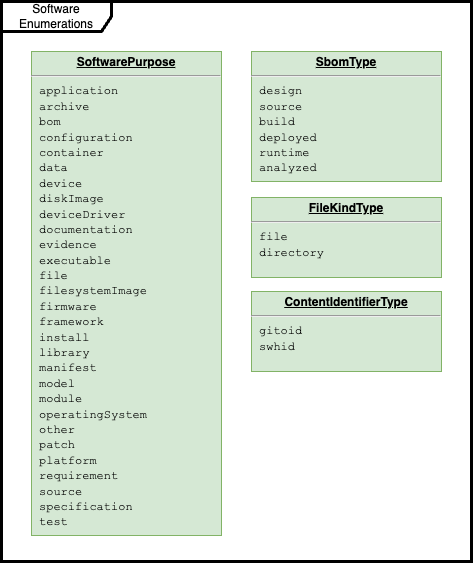
This is model Software Enumerations.png from spdx/spdx-3-model, a draw.io export, as it was before one commit. Source tidied: cells renumbered, new cells last; positions are measured from the earlier drawing's top-left corner, leaving out a move shared by most shapes.
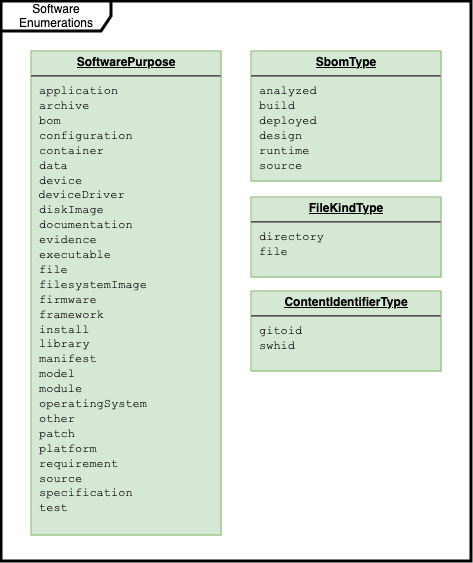
The same file after the commit.

Change to the diagram source:
```diff
@@ -5,13 +5,13 @@
     <mxCell id="2" value="Software Enumerations" style="shape=umlFrame;whiteSpace=wrap;html=1;width=110;height=30;strokeWidth=3;" parent="1" vertex="1">
       <mxGeometry width="470" height="560" as="geometry" />
     </mxCell>
-    <mxCell id="3" value="&lt;p style=&quot;margin: 0px ; margin-top: 4px ; text-align: center ; text-decoration: underline&quot;&gt;&lt;b&gt;SoftwarePurpose&lt;/b&gt;&lt;/p&gt;&lt;hr&gt;&lt;p style=&quot;margin: 0px 0px 0px 8px&quot;&gt;&lt;font face=&quot;Courier New&quot;&gt;application&lt;/font&gt;&lt;/p&gt;&lt;p style=&quot;margin: 0px 0px 0px 8px&quot;&gt;&lt;span style=&quot;font-family: &amp;quot;Courier New&amp;quot;;&quot;&gt;archive&lt;/span&gt;&lt;font face=&quot;Courier New&quot;&gt;&lt;br&gt;&lt;/font&gt;&lt;/p&gt;&lt;p style=&quot;margin: 0px 0px 0px 8px&quot;&gt;&lt;span style=&quot;font-family: &amp;quot;Courier New&amp;quot;;&quot;&gt;bom&lt;/span&gt;&lt;span style=&quot;font-family: &amp;quot;Courier New&amp;quot;;&quot;&gt;&lt;br&gt;&lt;/span&gt;&lt;/p&gt;&lt;p style=&quot;margin: 0px 0px 0px 8px&quot;&gt;&lt;span style=&quot;font-family: &amp;quot;Courier New&amp;quot;;&quot;&gt;configuration&lt;/span&gt;&lt;span style=&quot;font-family: &amp;quot;Courier New&amp;quot;;&quot;&gt;&lt;br&gt;&lt;/span&gt;&lt;/p&gt;&lt;p style=&quot;margin: 0px 0px 0px 8px&quot;&gt;&lt;span style=&quot;font-family: &amp;quot;Courier New&amp;quot;;&quot;&gt;container&lt;/span&gt;&lt;font face=&quot;Courier New&quot;&gt;&lt;br&gt;&lt;/font&gt;&lt;/p&gt;&lt;p style=&quot;margin: 0px 0px 0px 8px&quot;&gt;&lt;span style=&quot;font-family: &amp;quot;Courier New&amp;quot;;&quot;&gt;data&lt;/span&gt;&lt;span style=&quot;font-family: &amp;quot;Courier New&amp;quot;;&quot;&gt;&lt;br&gt;&lt;/span&gt;&lt;/p&gt;&lt;p style=&quot;margin: 0px 0px 0px 8px&quot;&gt;&lt;span style=&quot;font-family: &amp;quot;Courier New&amp;quot;;&quot;&gt;device&lt;/span&gt;&lt;font face=&quot;Courier New&quot;&gt;&lt;br&gt;&lt;/font&gt;&lt;/p&gt;&lt;p style=&quot;margin: 0px 0px 0px 8px&quot;&gt;&lt;span style=&quot;font-family: &amp;quot;Courier New&amp;quot;;&quot;&gt;diskImage&lt;/span&gt;&lt;/p&gt;&lt;p style=&quot;margin: 0px 0px 0px 8px&quot;&gt;&lt;span style=&quot;font-family: &amp;quot;Courier New&amp;quot;;&quot;&gt;deviceDriver&lt;/span&gt;&lt;/p&gt;&lt;p style=&quot;margin: 0px 0px 0px 8px&quot;&gt;&lt;span style=&quot;font-family: &amp;quot;Courier New&amp;quot;;&quot;&gt;documentation&lt;/span&gt;&lt;span style=&quot;font-family: &amp;quot;Courier New&amp;quot;;&quot;&gt;&lt;br&gt;&lt;/span&gt;&lt;/p&gt;&lt;p style=&quot;margin: 0px 0px 0px 8px&quot;&gt;&lt;span style=&quot;font-family: &amp;quot;Courier New&amp;quot;;&quot;&gt;evidence&lt;/span&gt;&lt;/p&gt;&lt;p style=&quot;margin: 0px 0px 0px 8px&quot;&gt;&lt;span style=&quot;font-family: &amp;quot;Courier New&amp;quot;;&quot;&gt;executable&lt;/span&gt;&lt;span style=&quot;font-family: &amp;quot;Courier New&amp;quot;;&quot;&gt;&lt;br&gt;&lt;/span&gt;&lt;/p&gt;&lt;p style=&quot;margin: 0px 0px 0px 8px&quot;&gt;&lt;span style=&quot;font-family: &amp;quot;Courier New&amp;quot;;&quot;&gt;file&lt;/span&gt;&lt;span style=&quot;font-family: &amp;quot;Courier New&amp;quot;;&quot;&gt;&lt;br&gt;&lt;/span&gt;&lt;/p&gt;&lt;p style=&quot;margin: 0px 0px 0px 8px&quot;&gt;&lt;span style=&quot;font-family: &amp;quot;Courier New&amp;quot;;&quot;&gt;filesystemImage&lt;/span&gt;&lt;/p&gt;&lt;p style=&quot;margin: 0px 0px 0px 8px&quot;&gt;&lt;span style=&quot;font-family: &amp;quot;Courier New&amp;quot;;&quot;&gt;firmware&lt;/span&gt;&lt;font face=&quot;Courier New&quot;&gt;&lt;br&gt;&lt;/font&gt;&lt;/p&gt;&lt;p style=&quot;margin: 0px 0px 0px 8px&quot;&gt;&lt;font face=&quot;Courier New&quot;&gt;framework&lt;/font&gt;&lt;/p&gt;&lt;p style=&quot;margin: 0px 0px 0px 8px&quot;&gt;&lt;span style=&quot;font-family: &amp;quot;Courier New&amp;quot;;&quot;&gt;install&lt;/span&gt;&lt;font face=&quot;Courier New&quot;&gt;&lt;br&gt;&lt;/font&gt;&lt;/p&gt;&lt;p style=&quot;margin: 0px 0px 0px 8px&quot;&gt;&lt;font face=&quot;Courier New&quot;&gt;library&lt;/font&gt;&lt;/p&gt;&lt;p style=&quot;margin: 0px 0px 0px 8px&quot;&gt;&lt;font face=&quot;Courier New&quot;&gt;manifest&lt;/font&gt;&lt;/p&gt;&lt;p style=&quot;margin: 0px 0px 0px 8px&quot;&gt;&lt;font face=&quot;Courier New&quot;&gt;model&lt;/font&gt;&lt;/p&gt;&lt;p style=&quot;margin: 0px 0px 0px 8px&quot;&gt;&lt;span style=&quot;font-family: &amp;quot;Courier New&amp;quot;;&quot;&gt;module&lt;/span&gt;&lt;font face=&quot;Courier New&quot;&gt;&lt;br&gt;&lt;/font&gt;&lt;/p&gt;&lt;p style=&quot;margin: 0px 0px 0px 8px&quot;&gt;&lt;font face=&quot;Courier New&quot;&gt;operatingSystem&lt;/font&gt;&lt;/p&gt;&lt;p style=&quot;margin: 0px 0px 0px 8px&quot;&gt;&lt;font face=&quot;Courier New&quot;&gt;other&lt;/font&gt;&lt;/p&gt;&lt;p style=&quot;margin: 0px 0px 0px 8px&quot;&gt;&lt;span style=&quot;font-family: &amp;quot;Courier New&amp;quot;;&quot;&gt;patch&lt;/span&gt;&lt;span style=&quot;font-family: &amp;quot;Courier New&amp;quot;;&quot;&gt;&lt;br&gt;&lt;/span&gt;&lt;/p&gt;&lt;p style=&quot;margin: 0px 0px 0px 8px&quot;&gt;&lt;span style=&quot;font-family: &amp;quot;Courier New&amp;quot;;&quot;&gt;platform&lt;/span&gt;&lt;/p&gt;&lt;p style=&quot;margin: 0px 0px 0px 8px&quot;&gt;&lt;span style=&quot;font-family: &amp;quot;Courier New&amp;quot;;&quot;&gt;requirement&lt;/span&gt;&lt;/p&gt;&lt;p style=&quot;margin: 0px 0px 0px 8px&quot;&gt;&lt;span style=&quot;font-family: &amp;quot;Courier New&amp;quot;;&quot;&gt;source&lt;/span&gt;&lt;br&gt;&lt;/p&gt;&lt;p style=&quot;margin: 0px 0px 0px 8px&quot;&gt;&lt;span style=&quot;font-family: &amp;quot;Courier New&amp;quot;;&quot;&gt;specification&lt;/span&gt;&lt;/p&gt;&lt;p style=&quot;margin: 0px 0px 0px 8px&quot;&gt;&lt;font face=&quot;Courier New&quot;&gt;test&lt;/font&gt;&lt;/p&gt;" style="verticalAlign=top;align=left;overflow=fill;fontSize=12;fontFamily=Helvetica;html=1;fillColor=#d5e8d4;strokeColor=#82b366;" parent="1" vertex="1">
+    <mxCell id="3" value="&lt;p style=&quot;margin: 0px ; margin-top: 4px ; text-align: center ; text-decoration: underline&quot;&gt;&lt;b&gt;SoftwarePurpose&lt;/b&gt;&lt;/p&gt;&lt;hr&gt;&lt;p style=&quot;margin: 0px 0px 0px 8px&quot;&gt;&lt;font face=&quot;Courier New&quot;&gt;application&lt;/font&gt;&lt;/p&gt;&lt;p style=&quot;margin: 0px 0px 0px 8px&quot;&gt;&lt;span style=&quot;font-family: &amp;quot;Courier New&amp;quot;;&quot;&gt;archive&lt;/span&gt;&lt;font face=&quot;Courier New&quot;&gt;&lt;br&gt;&lt;/font&gt;&lt;/p&gt;&lt;p style=&quot;margin: 0px 0px 0px 8px&quot;&gt;&lt;span style=&quot;font-family: &amp;quot;Courier New&amp;quot;;&quot;&gt;bom&lt;/span&gt;&lt;span style=&quot;font-family: &amp;quot;Courier New&amp;quot;;&quot;&gt;&lt;br&gt;&lt;/span&gt;&lt;/p&gt;&lt;p style=&quot;margin: 0px 0px 0px 8px&quot;&gt;&lt;span style=&quot;font-family: &amp;quot;Courier New&amp;quot;;&quot;&gt;configuration&lt;/span&gt;&lt;span style=&quot;font-family: &amp;quot;Courier New&amp;quot;;&quot;&gt;&lt;br&gt;&lt;/span&gt;&lt;/p&gt;&lt;p style=&quot;margin: 0px 0px 0px 8px&quot;&gt;&lt;span style=&quot;font-family: &amp;quot;Courier New&amp;quot;;&quot;&gt;container&lt;/span&gt;&lt;font face=&quot;Courier New&quot;&gt;&lt;br&gt;&lt;/font&gt;&lt;/p&gt;&lt;p style=&quot;margin: 0px 0px 0px 8px&quot;&gt;&lt;span style=&quot;font-family: &amp;quot;Courier New&amp;quot;;&quot;&gt;data&lt;/span&gt;&lt;span style=&quot;font-family: &amp;quot;Courier New&amp;quot;;&quot;&gt;&lt;br&gt;&lt;/span&gt;&lt;/p&gt;&lt;p style=&quot;margin: 0px 0px 0px 8px&quot;&gt;&lt;span style=&quot;font-family: &amp;quot;Courier New&amp;quot;;&quot;&gt;device&lt;/span&gt;&lt;font face=&quot;Courier New&quot;&gt;&lt;br&gt;&lt;/font&gt;&lt;/p&gt;&lt;span style=&quot;font-family: &amp;quot;Courier New&amp;quot;;&quot;&gt;&amp;nbsp;deviceDriver&lt;/span&gt;&lt;p style=&quot;margin: 0px 0px 0px 8px&quot;&gt;&lt;span style=&quot;font-family: &amp;quot;Courier New&amp;quot;;&quot;&gt;diskImage&lt;/span&gt;&lt;/p&gt;&lt;span style=&quot;font-family: &amp;quot;Courier New&amp;quot;;&quot;&gt;&lt;/span&gt;&lt;p style=&quot;margin: 0px 0px 0px 8px&quot;&gt;&lt;/p&gt;&lt;p style=&quot;margin: 0px 0px 0px 8px&quot;&gt;&lt;span style=&quot;font-family: &amp;quot;Courier New&amp;quot;;&quot;&gt;documentation&lt;/span&gt;&lt;span style=&quot;font-family: &amp;quot;Courier New&amp;quot;;&quot;&gt;&lt;br&gt;&lt;/span&gt;&lt;/p&gt;&lt;p style=&quot;margin: 0px 0px 0px 8px&quot;&gt;&lt;span style=&quot;font-family: &amp;quot;Courier New&amp;quot;;&quot;&gt;evidence&lt;/span&gt;&lt;/p&gt;&lt;p style=&quot;margin: 0px 0px 0px 8px&quot;&gt;&lt;span style=&quot;font-family: &amp;quot;Courier New&amp;quot;;&quot;&gt;executable&lt;/span&gt;&lt;span style=&quot;font-family: &amp;quot;Courier New&amp;quot;;&quot;&gt;&lt;br&gt;&lt;/span&gt;&lt;/p&gt;&lt;p style=&quot;margin: 0px 0px 0px 8px&quot;&gt;&lt;span style=&quot;font-family: &amp;quot;Courier New&amp;quot;;&quot;&gt;file&lt;/span&gt;&lt;span style=&quot;font-family: &amp;quot;Courier New&amp;quot;;&quot;&gt;&lt;br&gt;&lt;/span&gt;&lt;/p&gt;&lt;p style=&quot;margin: 0px 0px 0px 8px&quot;&gt;&lt;span style=&quot;font-family: &amp;quot;Courier New&amp;quot;;&quot;&gt;filesystemImage&lt;/span&gt;&lt;/p&gt;&lt;p style=&quot;margin: 0px 0px 0px 8px&quot;&gt;&lt;span style=&quot;font-family: &amp;quot;Courier New&amp;quot;;&quot;&gt;firmware&lt;/span&gt;&lt;font face=&quot;Courier New&quot;&gt;&lt;br&gt;&lt;/font&gt;&lt;/p&gt;&lt;p style=&quot;margin: 0px 0px 0px 8px&quot;&gt;&lt;font face=&quot;Courier New&quot;&gt;framework&lt;/font&gt;&lt;/p&gt;&lt;p style=&quot;margin: 0px 0px 0px 8px&quot;&gt;&lt;span style=&quot;font-family: &amp;quot;Courier New&amp;quot;;&quot;&gt;install&lt;/span&gt;&lt;font face=&quot;Courier New&quot;&gt;&lt;br&gt;&lt;/font&gt;&lt;/p&gt;&lt;p style=&quot;margin: 0px 0px 0px 8px&quot;&gt;&lt;font face=&quot;Courier New&quot;&gt;library&lt;/font&gt;&lt;/p&gt;&lt;p style=&quot;margin: 0px 0px 0px 8px&quot;&gt;&lt;font face=&quot;Courier New&quot;&gt;manifest&lt;/font&gt;&lt;/p&gt;&lt;p style=&quot;margin: 0px 0px 0px 8px&quot;&gt;&lt;font face=&quot;Courier New&quot;&gt;model&lt;/font&gt;&lt;/p&gt;&lt;p style=&quot;margin: 0px 0px 0px 8px&quot;&gt;&lt;span style=&quot;font-family: &amp;quot;Courier New&amp;quot;;&quot;&gt;module&lt;/span&gt;&lt;font face=&quot;Courier New&quot;&gt;&lt;br&gt;&lt;/font&gt;&lt;/p&gt;&lt;p style=&quot;margin: 0px 0px 0px 8px&quot;&gt;&lt;font face=&quot;Courier New&quot;&gt;operatingSystem&lt;/font&gt;&lt;/p&gt;&lt;p style=&quot;margin: 0px 0px 0px 8px&quot;&gt;&lt;font face=&quot;Courier New&quot;&gt;other&lt;/font&gt;&lt;/p&gt;&lt;p style=&quot;margin: 0px 0px 0px 8px&quot;&gt;&lt;span style=&quot;font-family: &amp;quot;Courier New&amp;quot;;&quot;&gt;patch&lt;/span&gt;&lt;span style=&quot;font-family: &amp;quot;Courier New&amp;quot;;&quot;&gt;&lt;br&gt;&lt;/span&gt;&lt;/p&gt;&lt;p style=&quot;margin: 0px 0px 0px 8px&quot;&gt;&lt;span style=&quot;font-family: &amp;quot;Courier New&amp;quot;;&quot;&gt;platform&lt;/span&gt;&lt;/p&gt;&lt;p style=&quot;margin: 0px 0px 0px 8px&quot;&gt;&lt;span style=&quot;font-family: &amp;quot;Courier New&amp;quot;;&quot;&gt;requirement&lt;/span&gt;&lt;/p&gt;&lt;p style=&quot;margin: 0px 0px 0px 8px&quot;&gt;&lt;span style=&quot;font-family: &amp;quot;Courier New&amp;quot;;&quot;&gt;source&lt;/span&gt;&lt;br&gt;&lt;/p&gt;&lt;p style=&quot;margin: 0px 0px 0px 8px&quot;&gt;&lt;span style=&quot;font-family: &amp;quot;Courier New&amp;quot;;&quot;&gt;specification&lt;/span&gt;&lt;/p&gt;&lt;p style=&quot;margin: 0px 0px 0px 8px&quot;&gt;&lt;font face=&quot;Courier New&quot;&gt;test&lt;/font&gt;&lt;/p&gt;" style="verticalAlign=top;align=left;overflow=fill;fontSize=12;fontFamily=Helvetica;html=1;fillColor=#d5e8d4;strokeColor=#82b366;" parent="1" vertex="1">
       <mxGeometry x="30" y="50" width="190" height="484" as="geometry" />
     </mxCell>
-    <mxCell id="4" value="&lt;p style=&quot;margin: 0px ; margin-top: 4px ; text-align: center ; text-decoration: underline&quot;&gt;&lt;b&gt;SbomType&lt;/b&gt;&lt;/p&gt;&lt;hr&gt;&lt;p style=&quot;margin: 0px 0px 0px 8px&quot;&gt;&lt;font face=&quot;Courier New&quot;&gt;design&lt;/font&gt;&lt;/p&gt;&lt;p style=&quot;margin: 0px 0px 0px 8px&quot;&gt;&lt;font face=&quot;Courier New&quot;&gt;source&lt;/font&gt;&lt;/p&gt;&lt;p style=&quot;margin: 0px 0px 0px 8px&quot;&gt;&lt;font face=&quot;Courier New&quot;&gt;build&lt;/font&gt;&lt;/p&gt;&lt;p style=&quot;margin: 0px 0px 0px 8px&quot;&gt;&lt;font face=&quot;Courier New&quot;&gt;deployed&lt;/font&gt;&lt;/p&gt;&lt;p style=&quot;margin: 0px 0px 0px 8px&quot;&gt;&lt;font face=&quot;Courier New&quot;&gt;runtime&lt;/font&gt;&lt;/p&gt;&lt;p style=&quot;margin: 0px 0px 0px 8px&quot;&gt;&lt;font face=&quot;Courier New&quot;&gt;analyzed&lt;/font&gt;&lt;/p&gt;" style="verticalAlign=top;align=left;overflow=fill;fontSize=12;fontFamily=Helvetica;html=1;fillColor=#d5e8d4;strokeColor=#82b366;" parent="1" vertex="1">
+    <mxCell id="4" value="&lt;p style=&quot;margin: 0px ; margin-top: 4px ; text-align: center ; text-decoration: underline&quot;&gt;&lt;b&gt;SbomType&lt;/b&gt;&lt;/p&gt;&lt;hr&gt;&lt;p style=&quot;margin: 0px 0px 0px 8px&quot;&gt;&lt;font face=&quot;Courier New&quot;&gt;analyzed&lt;/font&gt;&lt;/p&gt;&lt;p style=&quot;margin: 0px 0px 0px 8px&quot;&gt;&lt;font face=&quot;Courier New&quot;&gt;build&lt;/font&gt;&lt;/p&gt;&lt;p style=&quot;margin: 0px 0px 0px 8px&quot;&gt;&lt;font face=&quot;Courier New&quot;&gt;deployed&lt;/font&gt;&lt;/p&gt;&lt;p style=&quot;margin: 0px 0px 0px 8px&quot;&gt;&lt;font face=&quot;Courier New&quot;&gt;design&lt;/font&gt;&lt;/p&gt;&lt;p style=&quot;margin: 0px 0px 0px 8px&quot;&gt;&lt;font face=&quot;Courier New&quot;&gt;runtime&lt;/font&gt;&lt;/p&gt;&lt;p style=&quot;margin: 0px 0px 0px 8px&quot;&gt;&lt;font face=&quot;Courier New&quot;&gt;source&lt;/font&gt;&lt;/p&gt;&lt;p style=&quot;margin: 0px 0px 0px 8px&quot;&gt;&lt;br&gt;&lt;/p&gt;" style="verticalAlign=top;align=left;overflow=fill;fontSize=12;fontFamily=Helvetica;html=1;fillColor=#d5e8d4;strokeColor=#82b366;" parent="1" vertex="1">
       <mxGeometry x="250" y="50" width="190" height="130" as="geometry" />
     </mxCell>
-    <mxCell id="5" value="&lt;p style=&quot;margin: 0px ; margin-top: 4px ; text-align: center ; text-decoration: underline&quot;&gt;&lt;b&gt;FileKindType&lt;/b&gt;&lt;/p&gt;&lt;hr&gt;&lt;p style=&quot;margin: 0px 0px 0px 8px&quot;&gt;&lt;font face=&quot;Courier New&quot;&gt;file&lt;/font&gt;&lt;/p&gt;&lt;p style=&quot;margin: 0px 0px 0px 8px&quot;&gt;&lt;font face=&quot;Courier New&quot;&gt;directory&lt;/font&gt;&lt;/p&gt;" style="verticalAlign=top;align=left;overflow=fill;fontSize=12;fontFamily=Helvetica;html=1;fillColor=#d5e8d4;strokeColor=#82b366;" parent="1" vertex="1">
+    <mxCell id="5" value="&lt;p style=&quot;margin: 0px ; margin-top: 4px ; text-align: center ; text-decoration: underline&quot;&gt;&lt;b&gt;FileKindType&lt;/b&gt;&lt;/p&gt;&lt;hr&gt;&lt;p style=&quot;margin: 0px 0px 0px 8px&quot;&gt;&lt;font face=&quot;Courier New&quot;&gt;directory&lt;/font&gt;&lt;/p&gt;&lt;p style=&quot;margin: 0px 0px 0px 8px&quot;&gt;&lt;/p&gt;&lt;p style=&quot;margin: 0px 0px 0px 8px&quot;&gt;&lt;font face=&quot;Courier New&quot;&gt;file&lt;/font&gt;&lt;/p&gt;" style="verticalAlign=top;align=left;overflow=fill;fontSize=12;fontFamily=Helvetica;html=1;fillColor=#d5e8d4;strokeColor=#82b366;" parent="1" vertex="1">
       <mxGeometry x="250" y="196" width="190" height="80" as="geometry" />
     </mxCell>
     <mxCell id="6" value="&lt;p style=&quot;margin: 0px ; margin-top: 4px ; text-align: center ; text-decoration: underline&quot;&gt;&lt;b&gt;ContentIdentifierType&lt;/b&gt;&lt;/p&gt;&lt;hr&gt;&lt;p style=&quot;margin: 0px 0px 0px 8px&quot;&gt;&lt;font face=&quot;Courier New&quot;&gt;gitoid&lt;/font&gt;&lt;/p&gt;&lt;p style=&quot;margin: 0px 0px 0px 8px&quot;&gt;&lt;font face=&quot;Courier New&quot;&gt;swhid&lt;/font&gt;&lt;/p&gt;" style="verticalAlign=top;align=left;overflow=fill;fontSize=12;fontFamily=Helvetica;html=1;fillColor=#d5e8d4;strokeColor=#82b366;" parent="1" vertex="1">
```
